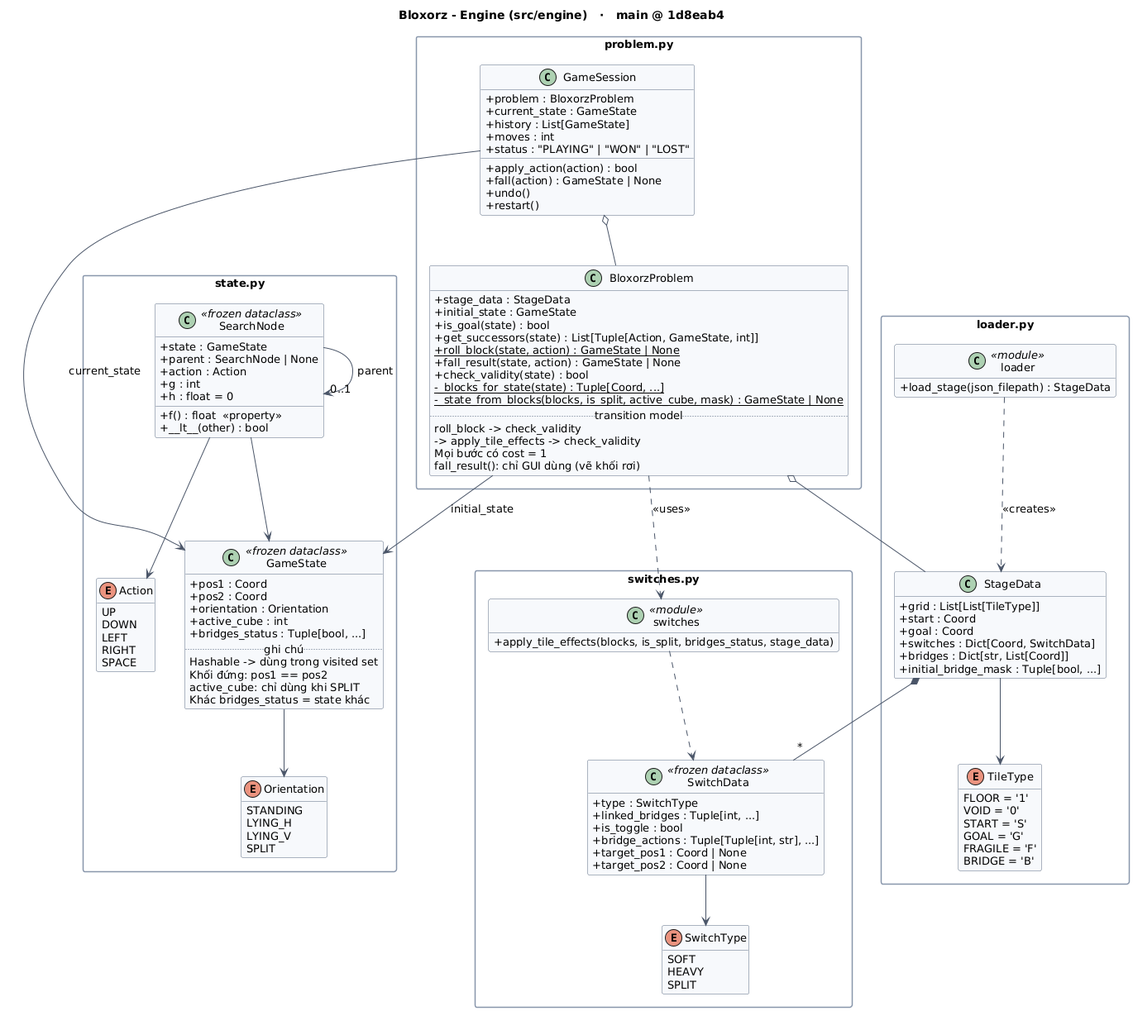
Above: docs/uml/1_engine.png in tthanh1223/CSAI_Bloxorz_Solver (PlantUML), before the change.
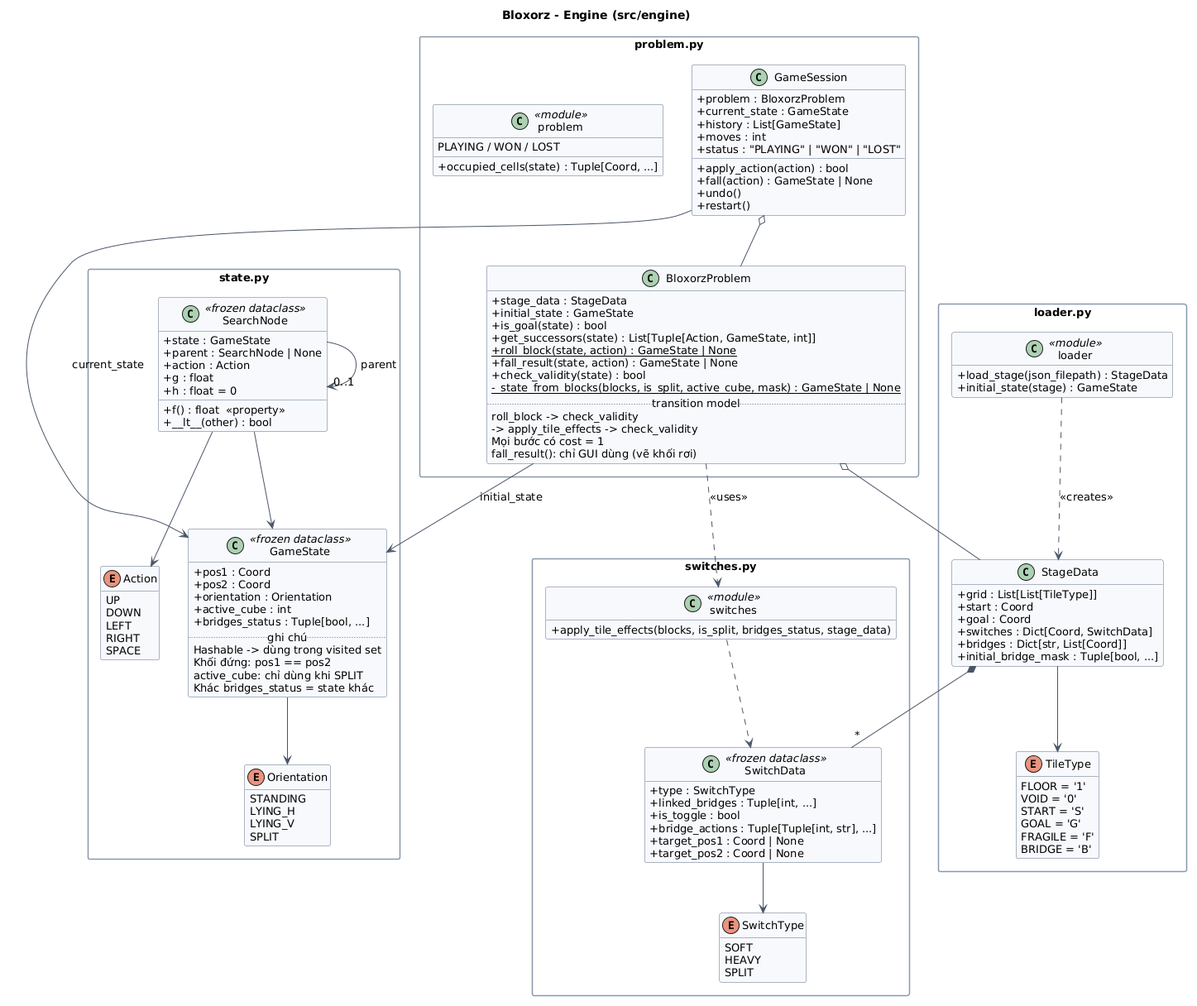
After the commit.

Change to the diagram source:
```diff
@@ -1,6 +1,18 @@
-@startuml 1_engine
-!include style.iuml
-title Bloxorz - Engine (src/engine)   ·   main @ 1d8eab4
+@startuml
+skinparam classAttributeIconSize 0
+skinparam packageStyle rectangle
+skinparam shadowing false
+skinparam defaultFontName "DejaVu Sans"
+skinparam defaultFontSize 13
+skinparam noteBackgroundColor #FFFBE6
+skinparam noteBorderColor #C9B458
+skinparam classBackgroundColor #F7F9FC
+skinparam classBorderColor #5B6B82
+skinparam packageBorderColor #8896AB
+skinparam ArrowColor #4A5568
+hide empty members
+set separator none
+title Bloxorz - Engine (src/engine)
 
 package "state.py" {
   enum Orientation {
@@ -32,7 +44,7 @@
     {field} + state : GameState
     {field} + parent : SearchNode | None
     {field} + action : Action
-    {field} + g : int
+    {field} + g : float
     {field} + h : float = 0
     + f() : float  <<property>>
     + __lt__(other) : bool
@@ -58,6 +70,7 @@
   }
   class loader <<module>> {
     + load_stage(json_filepath) : StageData
+    + initial_state(stage) : GameState
   }
 }
 
@@ -81,6 +94,10 @@
 }
 
 package "problem.py" {
+  class problem <<module>> {
+    + occupied_cells(state) : Tuple[Coord, ...]
+    {field} PLAYING / WON / LOST
+  }
   class BloxorzProblem {
     {field} + stage_data : StageData
     {field} + initial_state : GameState
@@ -89,7 +106,6 @@
     + {static} roll_block(state, action) : GameState | None
     + fall_result(state, action) : GameState | None
     + check_validity(state) : bool
-    - {static} _blocks_for_state(state) : Tuple[Coord, ...]
     - {static} _state_from_blocks(blocks, is_split, active_cube, mask) : GameState | None
     .. transition model ..
     {field} roll_block -> check_validity
@@ -124,5 +140,4 @@
 BloxorzProblem ..> switches : <<uses>>
 GameSession o-- BloxorzProblem
 GameSession --> GameState : current_state
-
 @enduml
```
